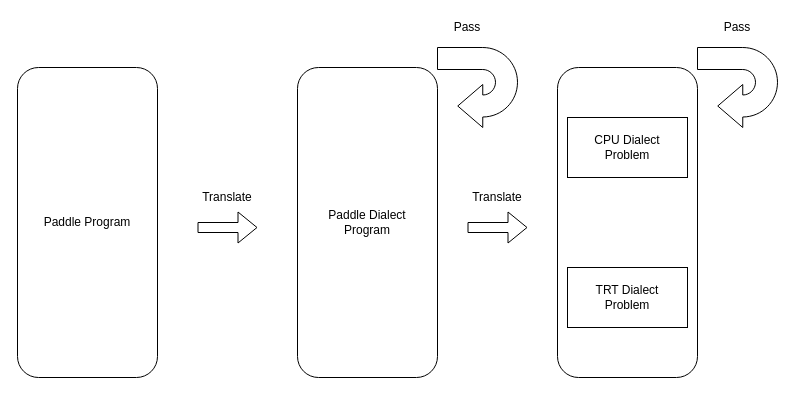
This is 1.drawio from Superjomn/_tmp_images, a draw.io file, before an edit. Source tidied: cells renumbered, new cells numbered last; positions are measured from the earlier drawing's top-left corner, leaving out a move shared by most shapes. Both pictures are drawn from the tidied source at 100%, with x=0, y=0 at pixel (17, 17).
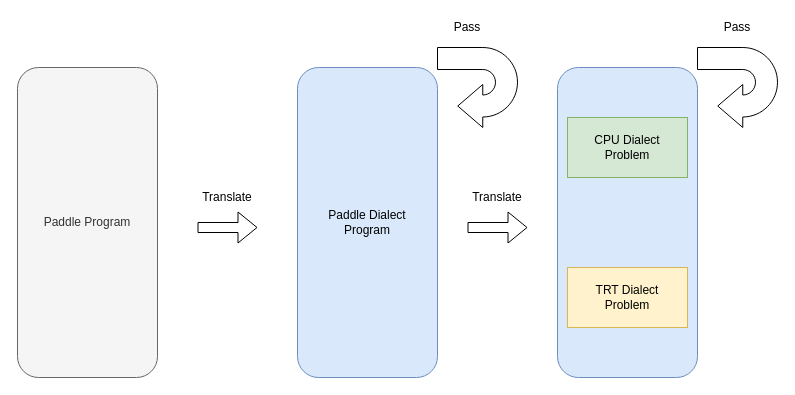
Above is the later version.

Diff of the diagram source:
```diff
@@
 <mxGraphModel>
   <root>
     <mxCell id="0" />
     <mxCell id="1" parent="0" />
-    <mxCell id="2" value="Paddle Program" style="rounded=1;whiteSpace=wrap;html=1;" parent="1" vertex="1">
+    <mxCell id="2" value="Paddle Program" style="rounded=1;whiteSpace=wrap;html=1;fillColor=#f5f5f5;strokeColor=#666666;fontColor=#333333;" parent="1" vertex="1">
       <mxGeometry y="50" width="140" height="310" as="geometry" />
     </mxCell>
-    <mxCell id="3" value="Paddle Dialect&lt;br&gt;Program" style="rounded=1;whiteSpace=wrap;html=1;" parent="1" vertex="1">
+    <mxCell id="3" value="Paddle Dialect&lt;br&gt;Program" style="rounded=1;whiteSpace=wrap;html=1;fillColor=#dae8fc;strokeColor=#6c8ebf;" parent="1" vertex="1">
       <mxGeometry x="280" y="50" width="140" height="310" as="geometry" />
     </mxCell>
-    <mxCell id="4" style="rounded=1;whiteSpace=wrap;html=1;" parent="1" vertex="1">
+    <mxCell id="4" style="rounded=1;whiteSpace=wrap;html=1;fillColor=#dae8fc;strokeColor=#6c8ebf;" parent="1" vertex="1">
       <mxGeometry x="540" y="50" width="140" height="310" as="geometry" />
     </mxCell>
-    <mxCell id="5" value="CPU Dialect&lt;br&gt;Problem" style="rounded=0;whiteSpace=wrap;html=1;" parent="1" vertex="1">
+    <mxCell id="5" value="CPU Dialect&lt;br&gt;Problem" style="rounded=0;whiteSpace=wrap;html=1;fillColor=#d5e8d4;strokeColor=#82b366;" parent="1" vertex="1">
       <mxGeometry x="550" y="100" width="120" height="60" as="geometry" />
     </mxCell>
-    <mxCell id="6" value="TRT Dialect&lt;br&gt;Problem" style="rounded=0;whiteSpace=wrap;html=1;" parent="1" vertex="1">
+    <mxCell id="6" value="TRT Dialect&lt;br&gt;Problem" style="rounded=0;whiteSpace=wrap;html=1;fillColor=#fff2cc;strokeColor=#d6b656;" parent="1" vertex="1">
       <mxGeometry x="550" y="250" width="120" height="60" as="geometry" />
     </mxCell>
     <mxCell id="7" style="shape=flexArrow;endArrow=classic;html=1;" parent="1" edge="1">
       <mxGeometry relative="1" as="geometry">
         <mxPoint x="180" y="210" as="sourcePoint" />
         <mxPoint x="240" y="210" as="targetPoint" />
       </mxGeometry>
     </mxCell>
     <mxCell id="8" style="shape=flexArrow;endArrow=classic;html=1;" parent="1" edge="1">
       <mxGeometry relative="1" as="geometry">
         <mxPoint x="450" y="210" as="sourcePoint" />
         <mxPoint x="510" y="210" as="targetPoint" />
       </mxGeometry>
     </mxCell>
     <mxCell id="9" value="Translate" style="text;html=1;strokeColor=none;fillColor=none;align=center;verticalAlign=middle;whiteSpace=wrap;rounded=0;" parent="1" vertex="1">
       <mxGeometry x="190" y="170" width="40" height="20" as="geometry" />
     </mxCell>
     <mxCell id="10" value="Translate" style="text;html=1;strokeColor=none;fillColor=none;align=center;verticalAlign=middle;whiteSpace=wrap;rounded=0;" parent="1" vertex="1">
       <mxGeometry x="460" y="170" width="40" height="20" as="geometry" />
     </mxCell>
     <mxCell id="11" style="html=1;shadow=0;dashed=0;align=center;verticalAlign=middle;shape=mxgraph.arrows2.uTurnArrow;dy=11;arrowHead=43;dx2=25;rotation=-180;" parent="1" vertex="1">
       <mxGeometry x="420" y="30" width="80" height="80" as="geometry" />
     </mxCell>
     <mxCell id="12" style="html=1;shadow=0;dashed=0;align=center;verticalAlign=middle;shape=mxgraph.arrows2.uTurnArrow;dy=11;arrowHead=43;dx2=25;rotation=-180;" parent="1" vertex="1">
       <mxGeometry x="680" y="30" width="80" height="80" as="geometry" />
     </mxCell>
     <mxCell id="13" value="Pass" style="text;html=1;strokeColor=none;fillColor=none;align=center;verticalAlign=middle;whiteSpace=wrap;rounded=0;" parent="1" vertex="1">
       <mxGeometry x="430" width="40" height="20" as="geometry" />
     </mxCell>
     <mxCell id="14" value="Pass" style="text;html=1;strokeColor=none;fillColor=none;align=center;verticalAlign=middle;whiteSpace=wrap;rounded=0;" parent="1" vertex="1">
       <mxGeometry x="700" width="40" height="20" as="geometry" />
     </mxCell>
   </root>
 </mxGraphModel>
```
